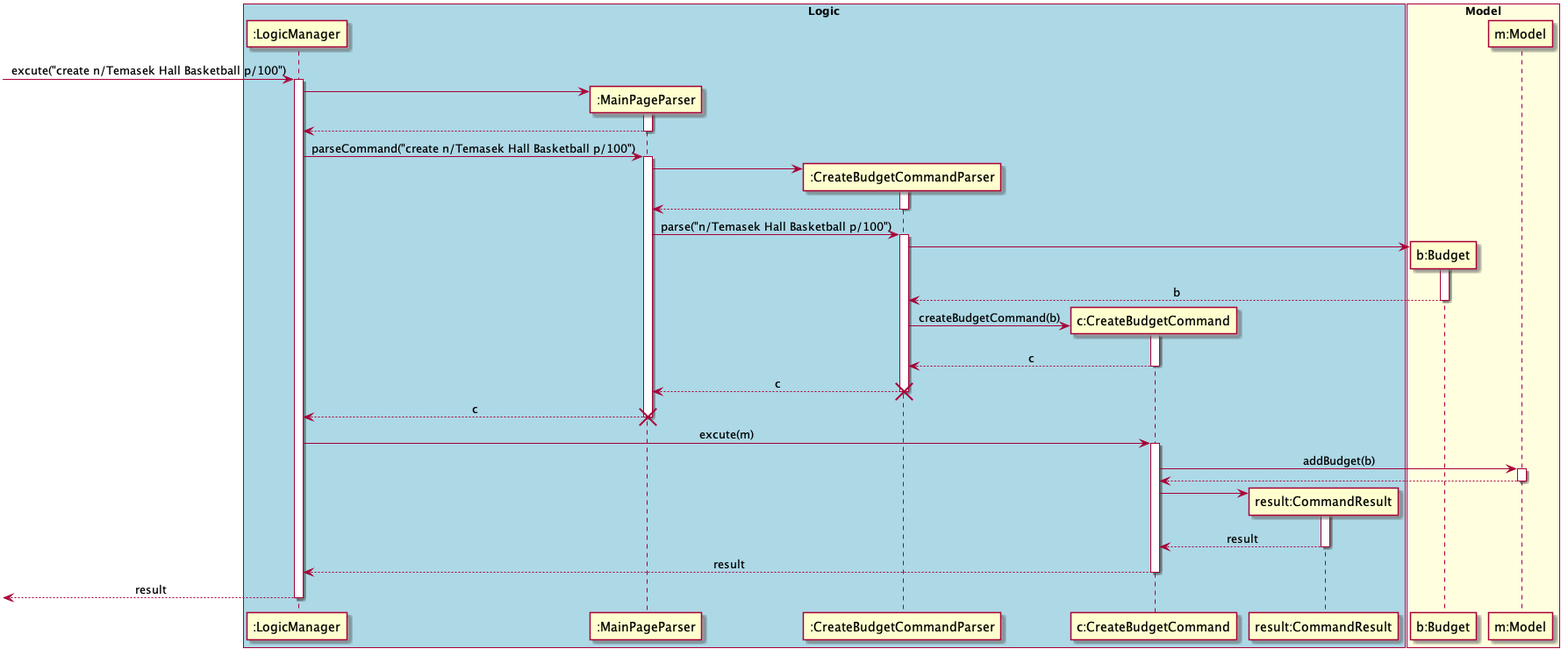
Before: docs/diagrams/commandsPlantUML/diagram/CreateBudgetCommand.png, a diagram exported from PlantUML (yu-ming-chen/tp).
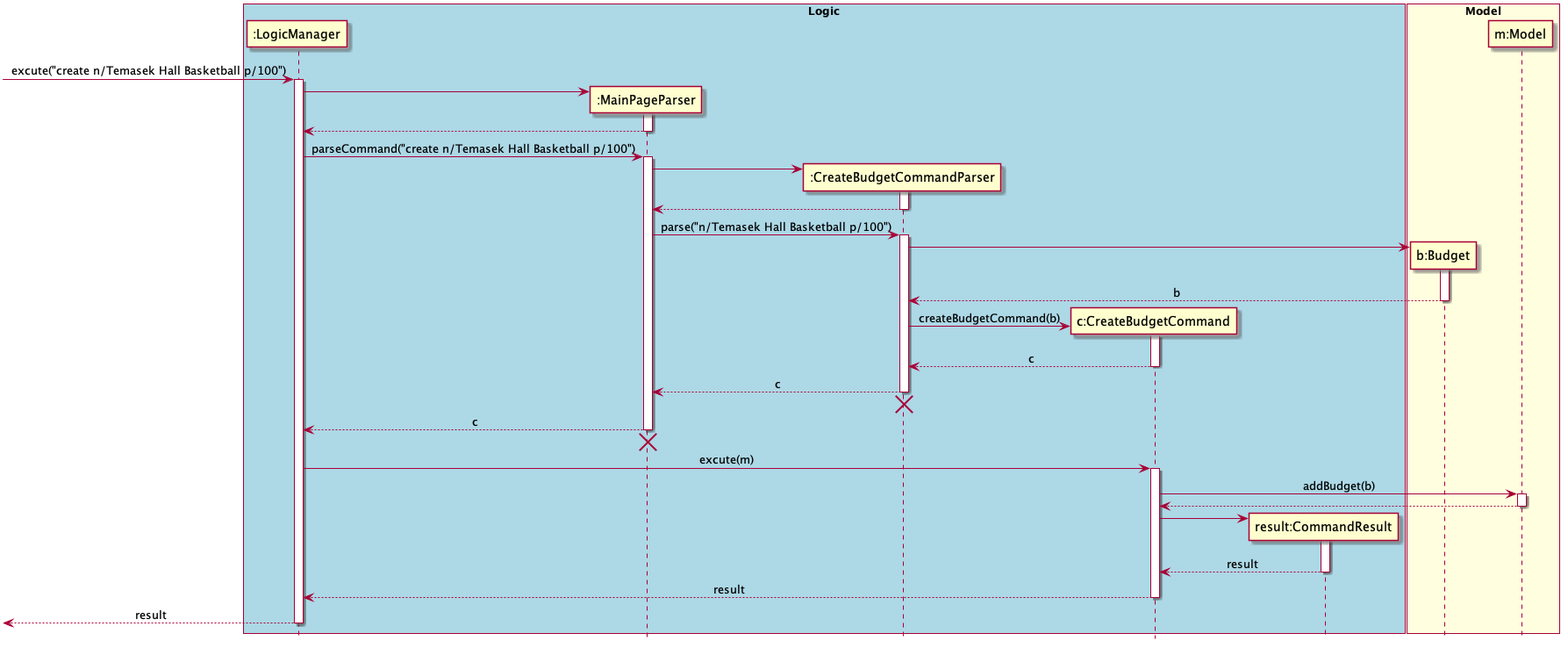
Later version of the same file.

Change to the diagram source:
```diff
@@ -2,6 +2,7 @@
 skinparam Sequence {
     MessageAlign center
 }
+hide footbox
 box "Logic" #LightBlue
 participant ":LogicManager" as LM
 participant ":MainPageParser" as MPP
@@ -45,12 +46,15 @@
 CBCP <-- CBC : c
 deactivate CBC
 MPP <-- CBCP : c
-
+deactivate CBCP
+MPP <-[hidden]- CBCP
 destroy CBCP
 
 deactivate CBCP
 LM <-- MPP : c
 deactivate MPP
+
+LM <-[hidden]- MPP
 destroy MPP
 
 LM -> CBC: excute(m)
```
